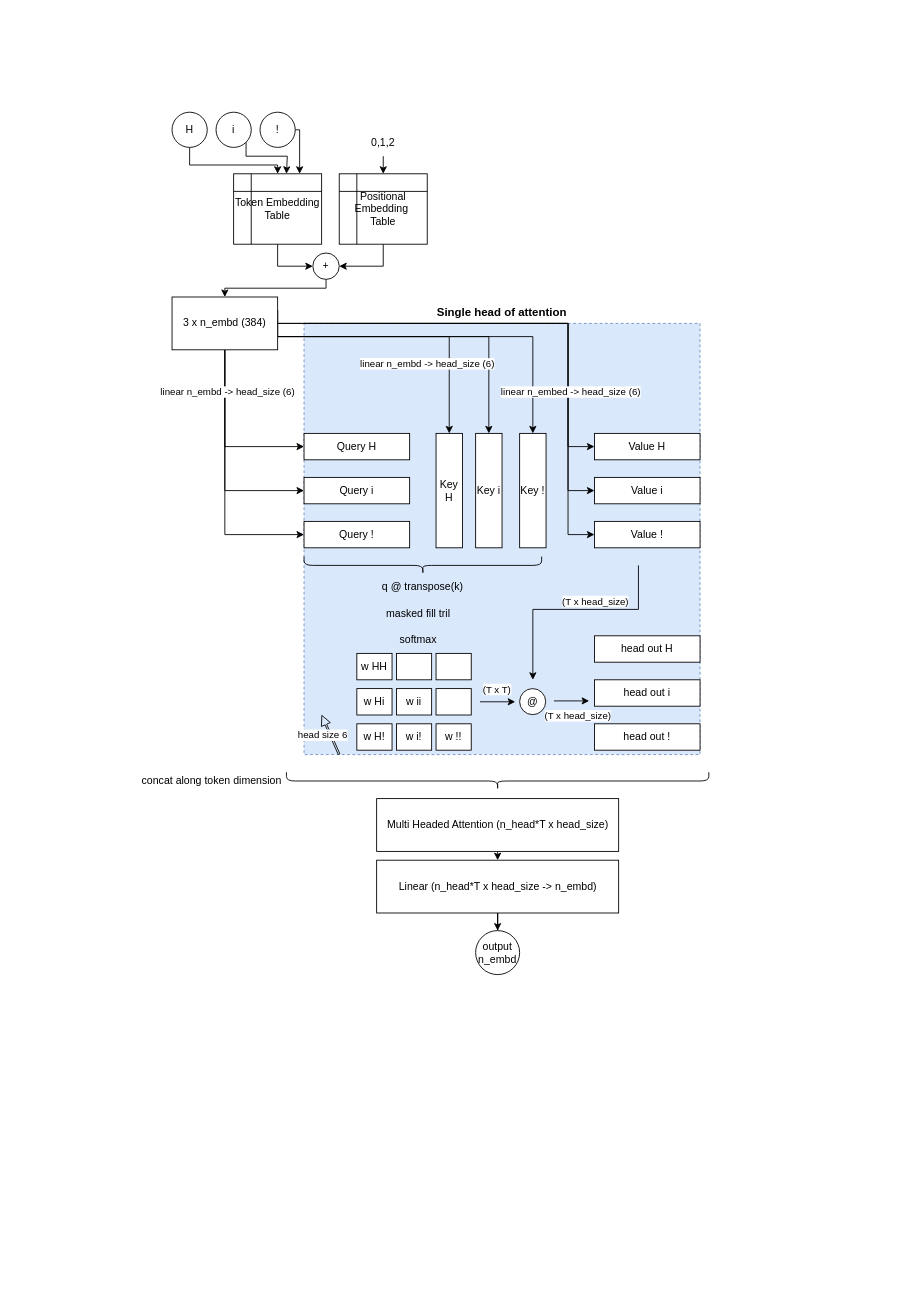
This is GptNano.drawio from sushanthr/GPTNotes, a draw.io file, before an edit. Source tidied: cells renumbered, new cells numbered last; positions are measured from the earlier drawing's top-left corner, leaving out a move shared by most shapes. Both pictures are drawn from the tidied source at 88%, with x=0, y=0 at pixel (172, 112).
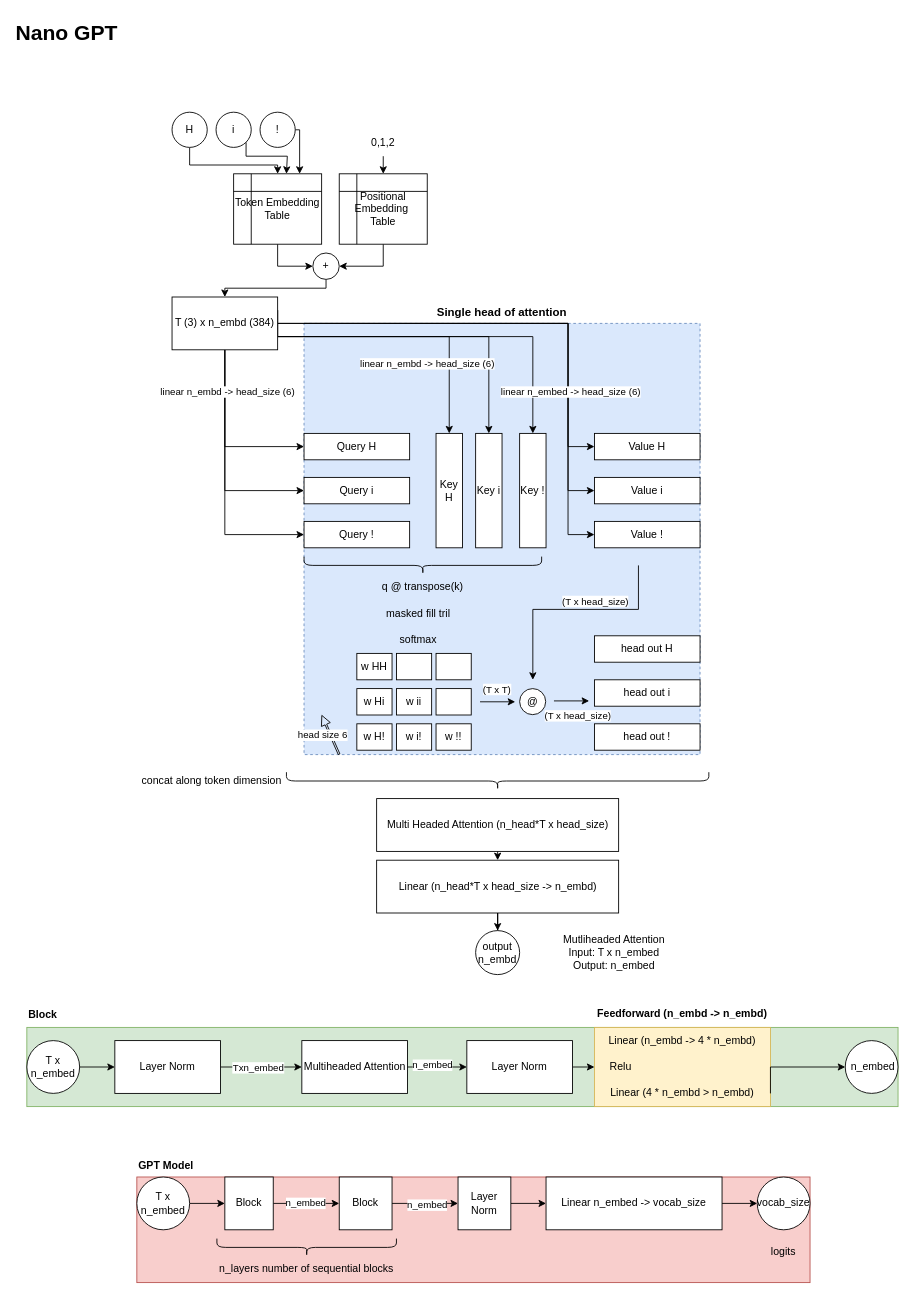
The same diagram, later.

Commit message:
Full Nano GPT Model

Diff of the diagram source:
```diff
@@
-    <mxCell id="62" value="3 x n_embd (384)" style="rounded=0;whiteSpace=wrap;html=1;" parent="1" vertex="1">
+    <mxCell id="62" value="T (3) x n_embd (384)" style="rounded=0;whiteSpace=wrap;html=1;" parent="1" vertex="1">
       <mxGeometry y="210" width="120" height="60" as="geometry" />
     </mxCell>
@@
+    <mxCell id="71" value="&lt;div&gt;Mutliheaded Attention&lt;/div&gt;Input: T x n_embed&lt;div&gt;Output: n_embed&lt;/div&gt;" style="text;html=1;align=center;verticalAlign=middle;whiteSpace=wrap;rounded=0;" parent="1" vertex="1">
+      <mxGeometry x="430" y="930" width="145" height="50" as="geometry" />
+    </mxCell>
+    <mxCell id="72" value="Block" style="group;fillColor=#d5e8d4;strokeColor=#82b366;fontStyle=1;spacingTop=-28;align=left;" parent="1" vertex="1">
+      <mxGeometry x="-165" y="1040" width="990" height="90" as="geometry" />
+    </mxCell>
+    <mxCell id="73" value="Feedforward (n_embd -&gt; n_embd)" style="group;fillColor=#fff2cc;strokeColor=#d6b656;fontStyle=1;spacingTop=-29;" parent="72" vertex="1">
+      <mxGeometry x="645" width="200" height="90" as="geometry" />
+    </mxCell>
+    <mxCell id="74" value="Linear (n_embd -&amp;gt; 4 * n_embd)" style="text;html=1;align=center;verticalAlign=middle;whiteSpace=wrap;rounded=0;" parent="73" vertex="1">
+      <mxGeometry width="200" height="30" as="geometry" />
+    </mxCell>
+    <mxCell id="75" value="Linear (4 * n_embd &amp;gt; n_embd)" style="text;html=1;align=center;verticalAlign=middle;whiteSpace=wrap;rounded=0;" parent="73" vertex="1">
+      <mxGeometry y="60" width="200" height="30" as="geometry" />
+    </mxCell>
+    <mxCell id="76" value="Relu" style="text;html=1;align=center;verticalAlign=middle;whiteSpace=wrap;rounded=0;" parent="73" vertex="1">
+      <mxGeometry y="30" width="60" height="30" as="geometry" />
+    </mxCell>
+    <mxCell id="77" style="edgeStyle=orthogonalEdgeStyle;rounded=0;jettySize=auto;html=1;exitX=1;exitY=0.5;exitDx=0;exitDy=0;entryX=0;entryY=0.5;entryDx=0;entryDy=0;" parent="72" edge="1" source="78" target="81">
+      <mxGeometry relative="1" as="geometry" />
+    </mxCell>
+    <mxCell id="78" value="T x n_embed" style="ellipse;whiteSpace=wrap;html=1;" parent="72" vertex="1">
+      <mxGeometry y="15" width="60" height="60" as="geometry" />
+    </mxCell>
+    <mxCell id="79" style="edgeStyle=orthogonalEdgeStyle;rounded=0;jettySize=auto;html=1;exitX=1;exitY=0.5;exitDx=0;exitDy=0;entryX=0;entryY=0.5;entryDx=0;entryDy=0;" parent="72" edge="1" source="81" target="84">
+      <mxGeometry relative="1" as="geometry" />
+    </mxCell>
+    <mxCell id="80" value="Txn_embed" style="edgeLabel;html=1;align=center;verticalAlign=middle;" parent="79" vertex="1">
+      <mxGeometry x="0.19" y="-2" relative="1" as="geometry">
+        <mxPoint x="-13" y="-2" as="offset" />
+      </mxGeometry>
+    </mxCell>
+    <mxCell id="81" value="Layer Norm" style="rounded=0;whiteSpace=wrap;html=1;" parent="72" vertex="1">
+      <mxGeometry x="100" y="15" width="120" height="60" as="geometry" />
+    </mxCell>
+    <mxCell id="82" style="edgeStyle=orthogonalEdgeStyle;rounded=0;jettySize=auto;html=1;exitX=1;exitY=0.5;exitDx=0;exitDy=0;entryX=0;entryY=0.5;entryDx=0;entryDy=0;" parent="72" edge="1" source="84" target="86">
+      <mxGeometry relative="1" as="geometry" />
+    </mxCell>
+    <mxCell id="83" value="n_embed" style="edgeLabel;html=1;align=center;verticalAlign=middle;" parent="82" vertex="1">
+      <mxGeometry x="-0.18" y="3" relative="1" as="geometry" />
+    </mxCell>
+    <mxCell id="84" value="Multiheaded Attention" style="rounded=0;whiteSpace=wrap;html=1;" parent="72" vertex="1">
+      <mxGeometry x="312.5" y="15" width="120" height="60" as="geometry" />
+    </mxCell>
+    <mxCell id="85" style="edgeStyle=orthogonalEdgeStyle;rounded=0;jettySize=auto;html=1;exitX=1;exitY=0.5;exitDx=0;exitDy=0;entryX=0;entryY=0.5;entryDx=0;entryDy=0;" parent="72" edge="1" source="86" target="76">
+      <mxGeometry relative="1" as="geometry" />
+    </mxCell>
+    <mxCell id="86" value="Layer Norm" style="rounded=0;whiteSpace=wrap;html=1;" parent="72" vertex="1">
+      <mxGeometry x="500" y="15" width="120" height="60" as="geometry" />
+    </mxCell>
+    <mxCell id="87" value="&amp;nbsp;n_embed" style="ellipse;whiteSpace=wrap;html=1;" parent="72" vertex="1">
+      <mxGeometry x="930" y="15" width="60" height="60" as="geometry" />
+    </mxCell>
+    <mxCell id="88" style="endArrow=classic;html=1;rounded=0;entryX=0;entryY=0.5;entryDx=0;entryDy=0;exitX=1;exitY=0.5;exitDx=0;exitDy=0;" parent="72" edge="1" source="75" target="87">
+      <mxGeometry relative="1" as="geometry">
+        <Array as="points">
+          <mxPoint x="845" y="45" />
+        </Array>
+      </mxGeometry>
+    </mxCell>
+    <mxCell id="89" value="GPT Model" style="group;fillColor=#f8cecc;strokeColor=#b85450;fontStyle=1;spacingTop=-27;align=left;" parent="1" vertex="1">
+      <mxGeometry x="-40" y="1210" width="765" height="120" as="geometry" />
+    </mxCell>
+    <mxCell id="90" style="edgeStyle=orthogonalEdgeStyle;rounded=0;jettySize=auto;html=1;exitX=1;exitY=0.5;exitDx=0;exitDy=0;entryX=0;entryY=0.5;entryDx=0;entryDy=0;" parent="89" edge="1" source="92" target="97">
+      <mxGeometry relative="1" as="geometry" />
+    </mxCell>
+    <mxCell id="91" value="n_embed" style="edgeLabel;html=1;align=center;verticalAlign=middle;" parent="90" vertex="1">
+      <mxGeometry x="-0.04" y="1" relative="1" as="geometry" />
+    </mxCell>
+    <mxCell id="92" value="Block" style="rounded=0;whiteSpace=wrap;html=1;" parent="89" vertex="1">
+      <mxGeometry x="100" width="55" height="60" as="geometry" />
+    </mxCell>
+    <mxCell id="93" style="edgeStyle=orthogonalEdgeStyle;rounded=0;jettySize=auto;html=1;exitX=1;exitY=0.5;exitDx=0;exitDy=0;" parent="89" edge="1" source="94" target="92">
+      <mxGeometry relative="1" as="geometry" />
+    </mxCell>
+    <mxCell id="94" value="T x n_embed" style="ellipse;whiteSpace=wrap;html=1;" parent="89" vertex="1">
+      <mxGeometry width="60" height="60" as="geometry" />
+    </mxCell>
+    <mxCell id="95" style="edgeStyle=orthogonalEdgeStyle;rounded=0;jettySize=auto;html=1;entryX=0;entryY=0.5;entryDx=0;entryDy=0;" parent="89" edge="1" source="97" target="101">
+      <mxGeometry relative="1" as="geometry" />
+    </mxCell>
+    <mxCell id="96" value="n_embed" style="edgeLabel;html=1;align=center;verticalAlign=middle;" parent="95" vertex="1">
+      <mxGeometry x="0.04" y="-1" relative="1" as="geometry" />
+    </mxCell>
+    <mxCell id="97" value="Block" style="rounded=0;whiteSpace=wrap;html=1;" parent="89" vertex="1">
+      <mxGeometry x="230" width="60" height="60" as="geometry" />
+    </mxCell>
+    <mxCell id="98" style="shape=curlyBracket;whiteSpace=wrap;html=1;rounded=1;flipH=1;labelPosition=right;verticalLabelPosition=middle;align=left;verticalAlign=middle;direction=north;size=0.5;" parent="89" vertex="1">
+      <mxGeometry x="91" y="70" width="204" height="20" as="geometry" />
+    </mxCell>
+    <mxCell id="99" value="n_layers number of sequential blocks" style="text;html=1;align=center;verticalAlign=middle;whiteSpace=wrap;rounded=0;" parent="89" vertex="1">
+      <mxGeometry x="78" y="90" width="230" height="30" as="geometry" />
+    </mxCell>
+    <mxCell id="100" style="edgeStyle=orthogonalEdgeStyle;rounded=0;jettySize=auto;html=1;" parent="89" edge="1" source="101" target="103">
+      <mxGeometry relative="1" as="geometry" />
+    </mxCell>
+    <mxCell id="101" value="Layer Norm" style="rounded=0;whiteSpace=wrap;html=1;" parent="89" vertex="1">
+      <mxGeometry x="365" width="60" height="60" as="geometry" />
+    </mxCell>
+    <mxCell id="102" style="edgeStyle=orthogonalEdgeStyle;rounded=0;jettySize=auto;html=1;" parent="89" edge="1" source="103" target="104">
+      <mxGeometry relative="1" as="geometry" />
+    </mxCell>
+    <mxCell id="103" value="Linear n_embed -&amp;gt; vocab_size" style="rounded=0;whiteSpace=wrap;html=1;" parent="89" vertex="1">
+      <mxGeometry x="465" width="200" height="60" as="geometry" />
+    </mxCell>
+    <mxCell id="104" value="vocab_size" style="ellipse;whiteSpace=wrap;html=1;" parent="89" vertex="1">
+      <mxGeometry x="705" width="60" height="60" as="geometry" />
+    </mxCell>
+    <mxCell id="105" value="logits" style="text;html=1;align=center;verticalAlign=middle;whiteSpace=wrap;rounded=0;" parent="89" vertex="1">
+      <mxGeometry x="705" y="70" width="60" height="30" as="geometry" />
+    </mxCell>
+    <mxCell id="106" value="Nano GPT" style="text;strokeColor=none;fillColor=none;html=1;fontSize=24;fontStyle=1;verticalAlign=middle;align=center;" parent="1" vertex="1">
+      <mxGeometry x="-170" y="-110" width="100" height="40" as="geometry" />
+    </mxCell>
```
